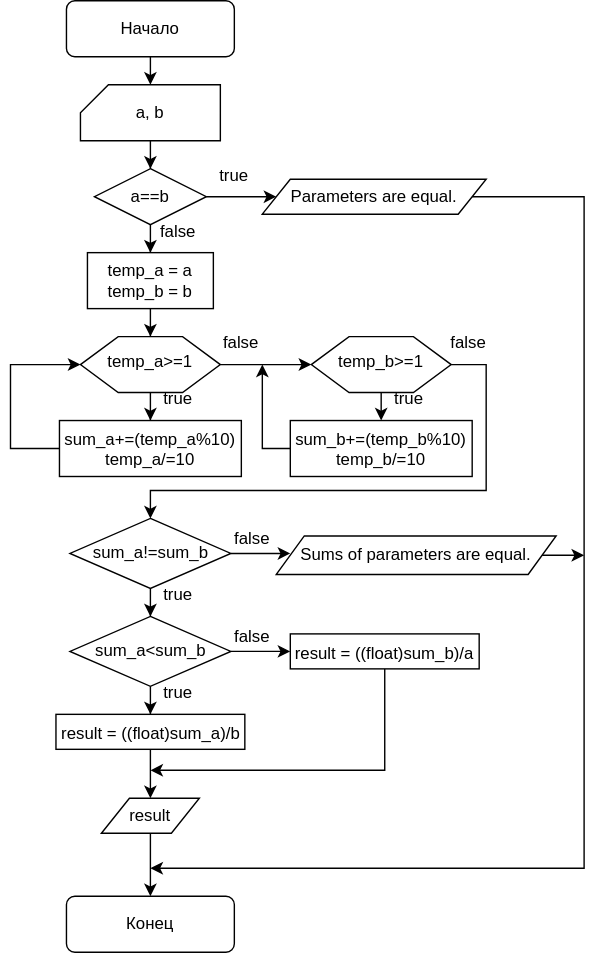
The draw.io diagram lab_1.drawio.svg in Vityusha1337/c_labs, before a commit. Source tidied: cells renumbered, new cells last; positions are measured from the earlier drawing's top-left corner, leaving out a move shared by most shapes. Source of this version:
```xml
<mxGraphModel>
  <root>
    <mxCell id="0" />
    <mxCell id="1" parent="0" />
    <mxCell id="2" style="edgeStyle=orthogonalEdgeStyle;rounded=0;jettySize=auto;html=1;entryX=0.5;entryY=0;entryDx=0;entryDy=0;entryPerimeter=0;" parent="1" edge="1" target="5">
      <mxGeometry relative="1" as="geometry">
        <mxPoint x="100" y="30" as="sourcePoint" />
      </mxGeometry>
    </mxCell>
    <mxCell id="3" value="Начало" style="rounded=1;whiteSpace=wrap;html=1;fontSize=12;glass=0;strokeWidth=1;shadow=0;" parent="1" vertex="1">
      <mxGeometry x="40" width="120" height="40" as="geometry" />
    </mxCell>
    <mxCell id="4" style="edgeStyle=orthogonalEdgeStyle;rounded=0;jettySize=auto;html=1;entryX=0.5;entryY=0;entryDx=0;entryDy=0;" parent="1" edge="1" source="5" target="8">
      <mxGeometry relative="1" as="geometry" />
    </mxCell>
    <mxCell id="5" style="verticalLabelPosition=bottom;verticalAlign=top;html=1;shape=card;whiteSpace=wrap;size=20;arcSize=12;" parent="1" vertex="1">
      <mxGeometry x="50" y="60" width="100" height="40" as="geometry" />
    </mxCell>
    <mxCell id="6" value="a, b" style="text;html=1;strokeColor=none;fillColor=none;align=center;verticalAlign=middle;whiteSpace=wrap;rounded=0;" parent="1" vertex="1">
      <mxGeometry x="70" y="65" width="60" height="30" as="geometry" />
    </mxCell>
    <mxCell id="7" style="edgeStyle=orthogonalEdgeStyle;rounded=0;jettySize=auto;html=1;entryX=0.5;entryY=0;entryDx=0;entryDy=0;" parent="1" edge="1" source="8" target="13">
      <mxGeometry relative="1" as="geometry" />
    </mxCell>
    <mxCell id="8" value="a==b" style="rhombus;whiteSpace=wrap;html=1;" parent="1" vertex="1">
      <mxGeometry x="60" y="120" width="80" height="40" as="geometry" />
    </mxCell>
    <mxCell id="9" style="edgeStyle=orthogonalEdgeStyle;rounded=0;jettySize=auto;html=1;exitX=1;exitY=0.5;exitDx=0;exitDy=0;" parent="1" edge="1" source="10">
      <mxGeometry relative="1" as="geometry">
        <mxPoint x="100" y="620" as="targetPoint" />
        <Array as="points">
          <mxPoint x="410" y="140" />
          <mxPoint x="410" y="620" />
        </Array>
      </mxGeometry>
    </mxCell>
    <mxCell id="10" value="Parameters are equal." style="shape=parallelogram;perimeter=parallelogramPerimeter;whiteSpace=wrap;html=1;fixedSize=1;" parent="1" vertex="1">
      <mxGeometry x="180" y="127.5" width="160" height="25" as="geometry" />
    </mxCell>
    <mxCell id="11" style="edgeStyle=orthogonalEdgeStyle;rounded=0;jettySize=auto;html=1;entryX=0;entryY=0.5;entryDx=0;entryDy=0;" parent="1" edge="1" target="10">
      <mxGeometry relative="1" as="geometry">
        <mxPoint x="140" y="140" as="sourcePoint" />
      </mxGeometry>
    </mxCell>
    <mxCell id="12" style="edgeStyle=orthogonalEdgeStyle;rounded=0;jettySize=auto;html=1;entryX=0.5;entryY=0;entryDx=0;entryDy=0;" parent="1" edge="1" source="13" target="17">
      <mxGeometry relative="1" as="geometry" />
    </mxCell>
    <mxCell id="13" value="temp_a = a&lt;br&gt;temp_b = b" style="rounded=0;whiteSpace=wrap;html=1;" parent="1" vertex="1">
      <mxGeometry x="55" y="180" width="90" height="40" as="geometry" />
    </mxCell>
    <mxCell id="14" value="true" style="text;html=1;strokeColor=none;fillColor=none;align=center;verticalAlign=middle;whiteSpace=wrap;rounded=0;" parent="1" vertex="1">
      <mxGeometry x="140" y="110" width="40" height="30" as="geometry" />
    </mxCell>
    <mxCell id="15" style="edgeStyle=orthogonalEdgeStyle;rounded=0;jettySize=auto;html=1;" parent="1" edge="1" source="17" target="21">
      <mxGeometry relative="1" as="geometry" />
    </mxCell>
    <mxCell id="16" style="edgeStyle=orthogonalEdgeStyle;rounded=0;jettySize=auto;html=1;entryX=0;entryY=0.5;entryDx=0;entryDy=0;" parent="1" edge="1" source="17" target="24">
      <mxGeometry relative="1" as="geometry" />
    </mxCell>
    <mxCell id="17" style="verticalLabelPosition=bottom;verticalAlign=top;html=1;shape=hexagon;perimeter=hexagonPerimeter2;arcSize=6;size=0.27;" parent="1" vertex="1">
      <mxGeometry x="50" y="240" width="100" height="40" as="geometry" />
    </mxCell>
    <mxCell id="18" value="temp_a&amp;gt;=1" style="text;html=1;strokeColor=none;fillColor=none;align=center;verticalAlign=middle;whiteSpace=wrap;rounded=0;" parent="1" vertex="1">
      <mxGeometry x="70" y="250" width="60" height="15" as="geometry" />
    </mxCell>
    <mxCell id="19" value="&lt;div&gt;false&lt;/div&gt;" style="text;html=1;strokeColor=none;fillColor=none;align=center;verticalAlign=middle;whiteSpace=wrap;rounded=0;" parent="1" vertex="1">
      <mxGeometry x="100" y="150" width="40" height="30" as="geometry" />
    </mxCell>
    <mxCell id="20" style="edgeStyle=orthogonalEdgeStyle;rounded=0;jettySize=auto;html=1;entryX=0;entryY=0.5;entryDx=0;entryDy=0;" parent="1" edge="1" source="21" target="17">
      <mxGeometry relative="1" as="geometry">
        <Array as="points">
          <mxPoint y="320" />
          <mxPoint y="260" />
        </Array>
      </mxGeometry>
    </mxCell>
    <mxCell id="21" value="&lt;div&gt;sum_a+=(temp_a%10)&lt;/div&gt;&lt;div&gt;temp_a/=10&lt;br&gt;&lt;/div&gt;" style="whiteSpace=wrap;html=1;verticalAlign=top;arcSize=6;" parent="1" vertex="1">
      <mxGeometry x="35" y="300" width="130" height="40" as="geometry" />
    </mxCell>
    <mxCell id="22" value="true" style="text;html=1;strokeColor=none;fillColor=none;align=center;verticalAlign=middle;whiteSpace=wrap;rounded=0;" parent="1" vertex="1">
      <mxGeometry x="100" y="270" width="40" height="30" as="geometry" />
    </mxCell>
    <mxCell id="23" style="edgeStyle=orthogonalEdgeStyle;rounded=0;jettySize=auto;html=1;exitX=1;exitY=0.5;exitDx=0;exitDy=0;" parent="1" edge="1" source="24">
      <mxGeometry relative="1" as="geometry">
        <mxPoint x="100" y="370" as="targetPoint" />
        <Array as="points">
          <mxPoint x="340" y="260" />
          <mxPoint x="340" y="350" />
          <mxPoint x="100" y="350" />
        </Array>
      </mxGeometry>
    </mxCell>
    <mxCell id="24" style="verticalLabelPosition=bottom;verticalAlign=top;html=1;shape=hexagon;perimeter=hexagonPerimeter2;arcSize=6;size=0.27;" parent="1" vertex="1">
      <mxGeometry x="215" y="240" width="100" height="40" as="geometry" />
    </mxCell>
    <mxCell id="25" value="temp_b&amp;gt;=1" style="text;html=1;strokeColor=none;fillColor=none;align=center;verticalAlign=middle;whiteSpace=wrap;rounded=0;" parent="1" vertex="1">
      <mxGeometry x="235" y="250" width="60" height="15" as="geometry" />
    </mxCell>
    <mxCell id="26" value="&lt;div&gt;false&lt;/div&gt;" style="text;html=1;strokeColor=none;fillColor=none;align=center;verticalAlign=middle;whiteSpace=wrap;rounded=0;" parent="1" vertex="1">
      <mxGeometry x="150" y="230" width="30" height="30" as="geometry" />
    </mxCell>
    <mxCell id="27" value="&lt;div&gt;sum_b+=(temp_b%10)&lt;/div&gt;&lt;div&gt;temp_b/=10&lt;br&gt;&lt;/div&gt;" style="whiteSpace=wrap;html=1;verticalAlign=top;arcSize=6;" parent="1" vertex="1">
      <mxGeometry x="200" y="300" width="130" height="40" as="geometry" />
    </mxCell>
    <mxCell id="28" style="edgeStyle=orthogonalEdgeStyle;rounded=0;orthogonalLoop=1;jettySize=auto;html=1;" parent="1" edge="1">
      <mxGeometry relative="1" as="geometry">
        <mxPoint x="264.9" y="280" as="sourcePoint" />
        <mxPoint x="264.9" y="300" as="targetPoint" />
      </mxGeometry>
    </mxCell>
    <mxCell id="29" style="edgeStyle=orthogonalEdgeStyle;rounded=0;orthogonalLoop=1;jettySize=auto;html=1;" parent="1" edge="1">
      <mxGeometry relative="1" as="geometry">
        <mxPoint x="200" y="320" as="sourcePoint" />
        <mxPoint x="180" y="260" as="targetPoint" />
        <Array as="points">
          <mxPoint x="180" y="320" />
        </Array>
      </mxGeometry>
    </mxCell>
    <mxCell id="30" value="true" style="text;html=1;strokeColor=none;fillColor=none;align=center;verticalAlign=middle;whiteSpace=wrap;rounded=0;" parent="1" vertex="1">
      <mxGeometry x="270" y="270" width="30" height="30" as="geometry" />
    </mxCell>
    <mxCell id="31" style="edgeStyle=orthogonalEdgeStyle;rounded=0;jettySize=auto;html=1;entryX=0.5;entryY=0;entryDx=0;entryDy=0;" parent="1" edge="1" source="32" target="35">
      <mxGeometry relative="1" as="geometry" />
    </mxCell>
    <mxCell id="32" value="sum_a!=sum_b" style="rhombus;whiteSpace=wrap;html=1;" parent="1" vertex="1">
      <mxGeometry x="42.5" y="370" width="115" height="50" as="geometry" />
    </mxCell>
    <mxCell id="33" style="edgeStyle=orthogonalEdgeStyle;rounded=0;jettySize=auto;html=1;entryX=0.5;entryY=0;entryDx=0;entryDy=0;" parent="1" edge="1" source="35" target="38">
      <mxGeometry relative="1" as="geometry" />
    </mxCell>
    <mxCell id="34" style="edgeStyle=orthogonalEdgeStyle;rounded=0;jettySize=auto;html=1;" parent="1" edge="1" source="35">
      <mxGeometry relative="1" as="geometry">
        <mxPoint x="200" y="465" as="targetPoint" />
      </mxGeometry>
    </mxCell>
    <mxCell id="35" value="sum_a&amp;lt;sum_b" style="rhombus;whiteSpace=wrap;html=1;" parent="1" vertex="1">
      <mxGeometry x="42.5" y="440" width="115" height="50" as="geometry" />
    </mxCell>
    <mxCell id="36" value="true" style="text;html=1;strokeColor=none;fillColor=none;align=center;verticalAlign=middle;whiteSpace=wrap;rounded=0;" parent="1" vertex="1">
      <mxGeometry x="100" y="410" width="40" height="30" as="geometry" />
    </mxCell>
    <mxCell id="37" style="edgeStyle=orthogonalEdgeStyle;rounded=0;jettySize=auto;html=1;" parent="1" edge="1" source="38">
      <mxGeometry relative="1" as="geometry">
        <mxPoint x="100" y="570" as="targetPoint" />
      </mxGeometry>
    </mxCell>
    <mxCell id="38" value="result = ((float)sum_a)/b" style="whiteSpace=wrap;html=1;verticalAlign=top;arcSize=6;" parent="1" vertex="1">
      <mxGeometry x="32.5" y="510" width="135" height="25" as="geometry" />
    </mxCell>
    <mxCell id="39" value="true" style="text;html=1;strokeColor=none;fillColor=none;align=center;verticalAlign=middle;whiteSpace=wrap;rounded=0;" parent="1" vertex="1">
      <mxGeometry x="100" y="480" width="40" height="30" as="geometry" />
    </mxCell>
    <mxCell id="40" value="&lt;div&gt;false&lt;/div&gt;" style="text;html=1;strokeColor=none;fillColor=none;align=center;verticalAlign=middle;whiteSpace=wrap;rounded=0;" parent="1" vertex="1">
      <mxGeometry x="157.5" y="440" width="30" height="30" as="geometry" />
    </mxCell>
    <mxCell id="41" style="edgeStyle=orthogonalEdgeStyle;rounded=0;jettySize=auto;html=1;" parent="1" edge="1" source="42">
      <mxGeometry relative="1" as="geometry">
        <mxPoint x="100" y="550" as="targetPoint" />
        <Array as="points">
          <mxPoint x="268" y="550" />
        </Array>
      </mxGeometry>
    </mxCell>
    <mxCell id="42" value="result = ((float)sum_b)/a" style="whiteSpace=wrap;html=1;verticalAlign=top;arcSize=6;" parent="1" vertex="1">
      <mxGeometry x="200" y="452.5" width="135" height="25" as="geometry" />
    </mxCell>
    <mxCell id="43" style="edgeStyle=orthogonalEdgeStyle;rounded=0;orthogonalLoop=1;jettySize=auto;html=1;" parent="1" edge="1">
      <mxGeometry relative="1" as="geometry">
        <mxPoint x="157.5" y="395" as="sourcePoint" />
        <mxPoint x="200" y="395" as="targetPoint" />
      </mxGeometry>
    </mxCell>
    <mxCell id="44" value="&lt;div&gt;false&lt;/div&gt;" style="text;html=1;strokeColor=none;fillColor=none;align=center;verticalAlign=middle;whiteSpace=wrap;rounded=0;" parent="1" vertex="1">
      <mxGeometry x="157.5" y="370" width="30" height="30" as="geometry" />
    </mxCell>
    <mxCell id="45" style="edgeStyle=orthogonalEdgeStyle;rounded=0;jettySize=auto;html=1;" parent="1" edge="1" source="46">
      <mxGeometry relative="1" as="geometry">
        <mxPoint x="410" y="396" as="targetPoint" />
      </mxGeometry>
    </mxCell>
    <mxCell id="46" value="Sums of parameters are equal." style="shape=parallelogram;perimeter=parallelogramPerimeter;whiteSpace=wrap;html=1;fixedSize=1;" parent="1" vertex="1">
      <mxGeometry x="190" y="382.5" width="200" height="27.5" as="geometry" />
    </mxCell>
    <mxCell id="47" value="Конец" style="rounded=1;whiteSpace=wrap;html=1;fontSize=12;glass=0;strokeWidth=1;shadow=0;" parent="1" vertex="1">
      <mxGeometry x="40" y="640" width="120" height="40" as="geometry" />
    </mxCell>
    <mxCell id="48" style="edgeStyle=orthogonalEdgeStyle;rounded=0;jettySize=auto;html=1;entryX=0.5;entryY=0;entryDx=0;entryDy=0;" parent="1" edge="1" source="49" target="47">
      <mxGeometry relative="1" as="geometry" />
    </mxCell>
    <mxCell id="49" value="result" style="shape=parallelogram;perimeter=parallelogramPerimeter;whiteSpace=wrap;html=1;fixedSize=1;" parent="1" vertex="1">
      <mxGeometry x="65" y="570" width="70" height="25" as="geometry" />
    </mxCell>
    <mxCell id="50" value="&lt;div&gt;false&lt;/div&gt;" style="text;html=1;strokeColor=none;fillColor=none;align=center;verticalAlign=middle;whiteSpace=wrap;rounded=0;" parent="1" vertex="1">
      <mxGeometry x="315" y="230" width="25" height="30" as="geometry" />
    </mxCell>
  </root>
</mxGraphModel>
```
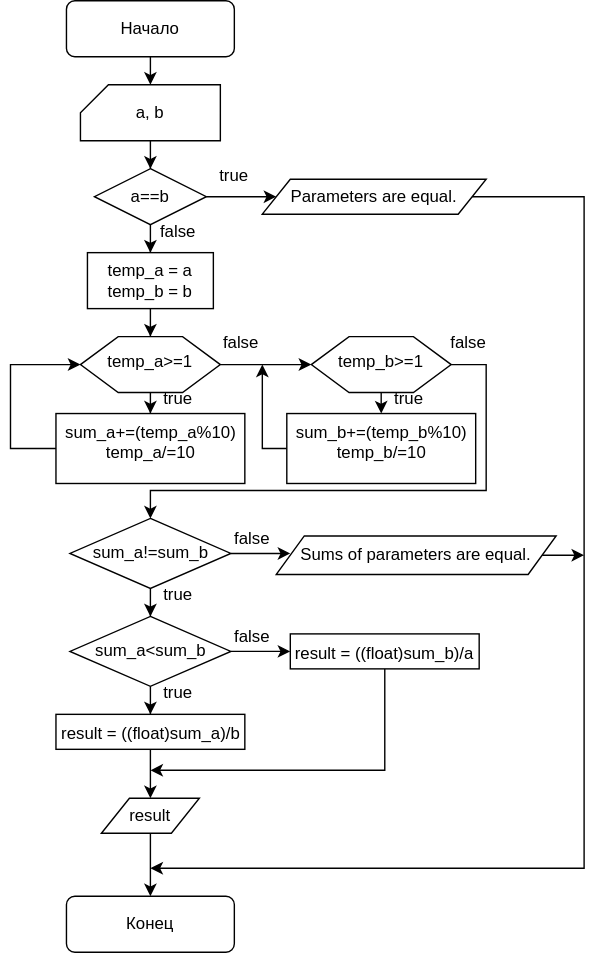
After the commit.

Change to the diagram source:
```diff
@@ -75,7 +75,7 @@
       </mxGeometry>
     </mxCell>
     <mxCell id="21" value="&lt;div&gt;sum_a+=(temp_a%10)&lt;/div&gt;&lt;div&gt;temp_a/=10&lt;br&gt;&lt;/div&gt;" style="whiteSpace=wrap;html=1;verticalAlign=top;arcSize=6;" parent="1" vertex="1">
-      <mxGeometry x="35" y="300" width="130" height="40" as="geometry" />
+      <mxGeometry x="32.5" y="295" width="135" height="50" as="geometry" />
     </mxCell>
     <mxCell id="22" value="true" style="text;html=1;strokeColor=none;fillColor=none;align=center;verticalAlign=middle;whiteSpace=wrap;rounded=0;" parent="1" vertex="1">
       <mxGeometry x="100" y="270" width="40" height="30" as="geometry" />
@@ -99,18 +99,13 @@
     <mxCell id="26" value="&lt;div&gt;false&lt;/div&gt;" style="text;html=1;strokeColor=none;fillColor=none;align=center;verticalAlign=middle;whiteSpace=wrap;rounded=0;" parent="1" vertex="1">
       <mxGeometry x="150" y="230" width="30" height="30" as="geometry" />
     </mxCell>
-    <mxCell id="27" value="&lt;div&gt;sum_b+=(temp_b%10)&lt;/div&gt;&lt;div&gt;temp_b/=10&lt;br&gt;&lt;/div&gt;" style="whiteSpace=wrap;html=1;verticalAlign=top;arcSize=6;" parent="1" vertex="1">
-      <mxGeometry x="200" y="300" width="130" height="40" as="geometry" />
-    </mxCell>
-    <mxCell id="28" style="edgeStyle=orthogonalEdgeStyle;rounded=0;orthogonalLoop=1;jettySize=auto;html=1;" parent="1" edge="1">
+    <mxCell id="28" style="edgeStyle=orthogonalEdgeStyle;rounded=0;jettySize=auto;html=1;entryX=0.5;entryY=0;entryDx=0;entryDy=0;" parent="1" edge="1" target="27">
       <mxGeometry relative="1" as="geometry">
         <mxPoint x="264.9" y="280" as="sourcePoint" />
-        <mxPoint x="264.9" y="300" as="targetPoint" />
       </mxGeometry>
     </mxCell>
-    <mxCell id="29" style="edgeStyle=orthogonalEdgeStyle;rounded=0;orthogonalLoop=1;jettySize=auto;html=1;" parent="1" edge="1">
+    <mxCell id="29" style="edgeStyle=orthogonalEdgeStyle;rounded=0;jettySize=auto;html=1;exitX=0;exitY=0.5;exitDx=0;exitDy=0;" parent="1" edge="1" source="27">
       <mxGeometry relative="1" as="geometry">
-        <mxPoint x="200" y="320" as="sourcePoint" />
         <mxPoint x="180" y="260" as="targetPoint" />
         <Array as="points">
           <mxPoint x="180" y="320" />
@@ -194,5 +189,8 @@
     <mxCell id="50" value="&lt;div&gt;false&lt;/div&gt;" style="text;html=1;strokeColor=none;fillColor=none;align=center;verticalAlign=middle;whiteSpace=wrap;rounded=0;" parent="1" vertex="1">
       <mxGeometry x="315" y="230" width="25" height="30" as="geometry" />
     </mxCell>
+    <mxCell id="27" value="&lt;div&gt;sum_b+=(temp_b%10)&lt;/div&gt;&lt;div&gt;temp_b/=10&lt;br&gt;&lt;/div&gt;" style="whiteSpace=wrap;html=1;verticalAlign=top;arcSize=6;" parent="1" vertex="1">
+      <mxGeometry x="197.5" y="295" width="135" height="50" as="geometry" />
+    </mxCell>
   </root>
 </mxGraphModel>
```
